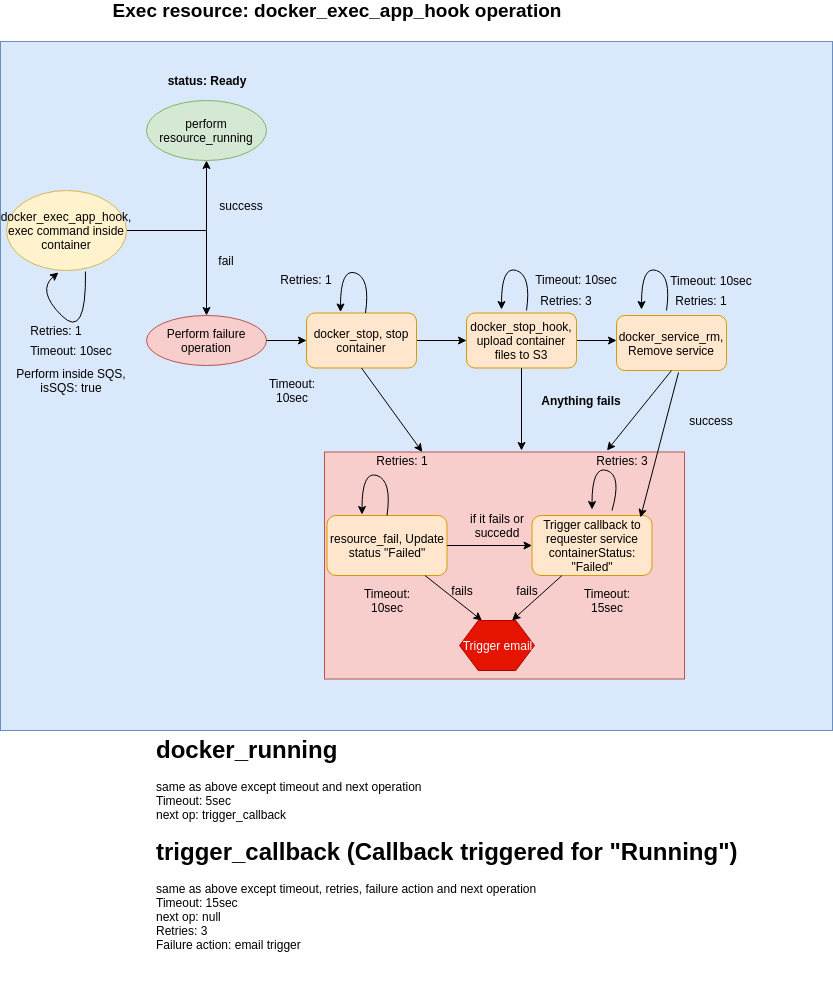
Above: exec_resource_from_sqs.png in prodipta/blueshift-resouce (draw.io), before the change. Source tidied: cells renumbered, new cells last; positions are measured from the earlier drawing's top-left corner, leaving out a move shared by most shapes.
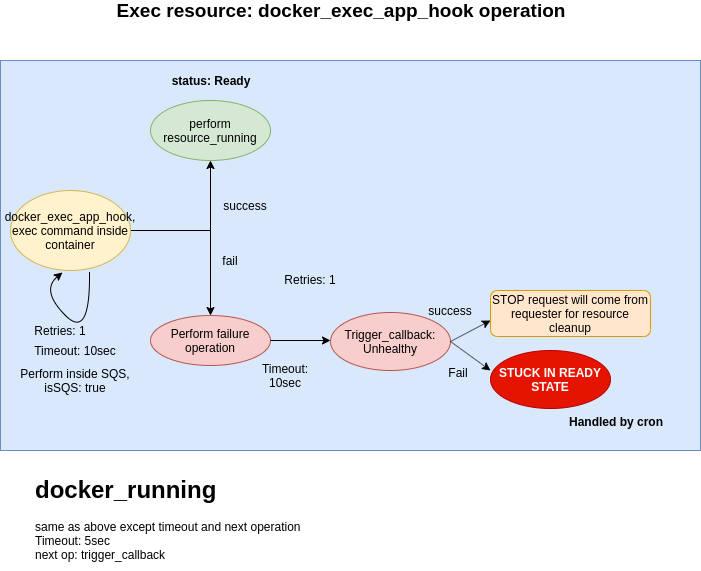
The same file after the commit.

Diff of the diagram source:
```diff
@@ -3,11 +3,8 @@
     <mxCell id="0" />
     <mxCell id="1" parent="0" />
     <mxCell id="2" style="rounded=0;whiteSpace=wrap;html=1;fillColor=#dae8fc;strokeColor=#6c8ebf;" parent="1" vertex="1">
-      <mxGeometry y="41" width="832" height="689" as="geometry" />
+      <mxGeometry x="-4" y="60" width="700" height="390" as="geometry" />
     </mxCell>
-    <mxCell id="3" style="rounded=0;whiteSpace=wrap;html=1;fontSize=12;fillColor=#f8cecc;strokeColor=#b85450;" parent="1" vertex="1">
-      <mxGeometry x="324" y="451.5" width="360" height="227" as="geometry" />
-    </mxCell>
     <mxCell id="4" style="edgeStyle=orthogonalEdgeStyle;rounded=0;jettySize=auto;html=1;" parent="1" edge="1" source="5">
       <mxGeometry relative="1" as="geometry">
         <mxPoint x="206" y="160" as="targetPoint" />
@@ -53,8 +50,10 @@
     <mxCell id="14" value="Perform inside SQS, isSQS: true" style="text;html=1;strokeColor=none;fillColor=none;align=center;verticalAlign=middle;whiteSpace=wrap;rounded=0;" parent="1" vertex="1">
       <mxGeometry x="6" y="370" width="130" height="20" as="geometry" />
     </mxCell>
-    <mxCell id="15" style="endArrow=classic;html=1;exitX=1;exitY=0.5;exitDx=0;exitDy=0;entryX=0;entryY=0.5;entryDx=0;entryDy=0;" parent="1" edge="1" source="10" target="34">
-      <mxGeometry relative="1" as="geometry" />
+    <mxCell id="15" style="endArrow=classic;html=1;exitX=1;exitY=0.5;exitDx=0;exitDy=0;" parent="1" edge="1" source="10">
+      <mxGeometry relative="1" as="geometry">
+        <mxPoint x="326" y="340" as="targetPoint" />
+      </mxGeometry>
     </mxCell>
     <mxCell id="16" value="Exec resource: docker_exec_app_hook operation" style="text;html=1;strokeColor=none;fillColor=none;align=center;verticalAlign=middle;whiteSpace=wrap;rounded=0;fontStyle=1;fontSize=19;" parent="1" vertex="1">
       <mxGeometry x="16" width="640" height="20" as="geometry" />
@@ -62,159 +61,42 @@
     <mxCell id="17" value="status: Ready" style="text;html=1;strokeColor=none;fillColor=none;align=center;verticalAlign=middle;whiteSpace=wrap;rounded=0;fontSize=12;fontStyle=1;" parent="1" vertex="1">
       <mxGeometry x="146" y="70" width="120" height="20" as="geometry" />
     </mxCell>
-    <mxCell id="18" value="resource_fail, Update status &quot;Failed&quot;" style="rounded=1;whiteSpace=wrap;html=1;fillColor=#ffe6cc;strokeColor=#d79b00;" parent="1" vertex="1">
-      <mxGeometry x="326.5" y="515" width="120" height="60" as="geometry" />
-    </mxCell>
-    <mxCell id="19" value="Timeout: 10sec" style="text;html=1;strokeColor=none;fillColor=none;align=center;verticalAlign=middle;whiteSpace=wrap;rounded=0;" parent="1" vertex="1">
-      <mxGeometry x="351.5" y="590" width="70" height="20" as="geometry" />
-    </mxCell>
-    <mxCell id="20" style="curved=1;endArrow=classic;html=1;exitX=0.5;exitY=0;exitDx=0;exitDy=0;" parent="1" edge="1" source="18">
-      <mxGeometry relative="1" as="geometry">
-        <mxPoint x="361.5" y="514" as="targetPoint" />
-        <Array as="points">
-          <mxPoint x="391.5" y="480" />
-          <mxPoint x="361.5" y="470" />
-        </Array>
-      </mxGeometry>
-    </mxCell>
-    <mxCell id="21" value="Retries: 1" style="text;html=1;strokeColor=none;fillColor=none;align=center;verticalAlign=middle;whiteSpace=wrap;rounded=0;" parent="1" vertex="1">
-      <mxGeometry x="371.5" y="450" width="60" height="20" as="geometry" />
-    </mxCell>
-    <mxCell id="22" style="endArrow=classic;html=1;exitX=1;exitY=0.5;exitDx=0;exitDy=0;" parent="1" edge="1" source="18">
-      <mxGeometry relative="1" as="geometry">
-        <mxPoint x="531.5" y="545" as="targetPoint" />
-      </mxGeometry>
-    </mxCell>
-    <mxCell id="23" value="if it fails or succedd" style="text;html=1;strokeColor=none;fillColor=none;align=center;verticalAlign=middle;whiteSpace=wrap;rounded=0;" parent="1" vertex="1">
-      <mxGeometry x="451.5" y="515" width="90" height="20" as="geometry" />
-    </mxCell>
-    <mxCell id="24" value="Trigger callback to requester service&lt;br&gt;containerStatus: &quot;Failed&quot;" style="rounded=1;whiteSpace=wrap;html=1;fillColor=#ffe6cc;strokeColor=#d79b00;" parent="1" vertex="1">
-      <mxGeometry x="531.5" y="515" width="120" height="60" as="geometry" />
-    </mxCell>
-    <mxCell id="25" style="curved=1;endArrow=classic;html=1;exitX=0.5;exitY=0;exitDx=0;exitDy=0;" parent="1" edge="1">
-      <mxGeometry relative="1" as="geometry">
-        <mxPoint x="611.5" y="510" as="sourcePoint" />
-        <mxPoint x="591.5" y="509" as="targetPoint" />
-        <Array as="points">
-          <mxPoint x="621.5" y="475" />
-          <mxPoint x="591.5" y="465" />
-        </Array>
-      </mxGeometry>
-    </mxCell>
-    <mxCell id="26" value="Retries: 3" style="text;html=1;strokeColor=none;fillColor=none;align=center;verticalAlign=middle;whiteSpace=wrap;rounded=0;" parent="1" vertex="1">
-      <mxGeometry x="591.5" y="450" width="60" height="20" as="geometry" />
-    </mxCell>
-    <mxCell id="27" value="Timeout: 15sec" style="text;html=1;strokeColor=none;fillColor=none;align=center;verticalAlign=middle;whiteSpace=wrap;rounded=0;" parent="1" vertex="1">
-      <mxGeometry x="571.5" y="590" width="70" height="20" as="geometry" />
-    </mxCell>
-    <mxCell id="28" style="endArrow=classic;html=1;" parent="1" edge="1" source="18">
-      <mxGeometry relative="1" as="geometry">
-        <mxPoint x="481.5" y="620" as="targetPoint" />
-      </mxGeometry>
-    </mxCell>
-    <mxCell id="29" style="endArrow=classic;html=1;exitX=0.25;exitY=1;exitDx=0;exitDy=0;" parent="1" edge="1" source="24">
-      <mxGeometry relative="1" as="geometry">
-        <mxPoint x="511.5" y="620" as="targetPoint" />
-      </mxGeometry>
-    </mxCell>
-    <mxCell id="30" value="Trigger email" style="shape=hexagon;perimeter=hexagonPerimeter2;whiteSpace=wrap;html=1;fillColor=#e51400;strokeColor=#B20000;fontColor=#ffffff;" parent="1" vertex="1">
-      <mxGeometry x="459" y="620" width="75" height="50" as="geometry" />
-    </mxCell>
-    <mxCell id="31" value="fails" style="text;html=1;strokeColor=none;fillColor=none;align=center;verticalAlign=middle;whiteSpace=wrap;rounded=0;" parent="1" vertex="1">
-      <mxGeometry x="441.5" y="580" width="40" height="20" as="geometry" />
-    </mxCell>
-    <mxCell id="32" value="fails" style="text;html=1;strokeColor=none;fillColor=none;align=center;verticalAlign=middle;whiteSpace=wrap;rounded=0;" parent="1" vertex="1">
-      <mxGeometry x="506.5" y="580" width="40" height="20" as="geometry" />
-    </mxCell>
-    <mxCell id="33" style="edgeStyle=orthogonalEdgeStyle;rounded=0;jettySize=auto;html=1;fontSize=12;" parent="1" edge="1" source="34">
-      <mxGeometry relative="1" as="geometry">
-        <mxPoint x="466" y="340" as="targetPoint" />
-      </mxGeometry>
-    </mxCell>
-    <mxCell id="34" value="docker_stop, stop container" style="rounded=1;whiteSpace=wrap;html=1;fontSize=12;fillColor=#ffe6cc;strokeColor=#d79b00;" parent="1" vertex="1">
-      <mxGeometry x="306" y="312.5" width="110" height="55" as="geometry" />
-    </mxCell>
-    <mxCell id="35" style="edgeStyle=orthogonalEdgeStyle;rounded=0;jettySize=auto;html=1;fontSize=12;" parent="1" edge="1" source="36">
-      <mxGeometry relative="1" as="geometry">
-        <mxPoint x="616" y="340" as="targetPoint" />
-      </mxGeometry>
-    </mxCell>
-    <mxCell id="36" value="docker_stop_hook, upload container files to S3" style="rounded=1;whiteSpace=wrap;html=1;fontSize=12;fillColor=#ffe6cc;strokeColor=#d79b00;" parent="1" vertex="1">
-      <mxGeometry x="466" y="312.5" width="110" height="55" as="geometry" />
-    </mxCell>
-    <mxCell id="37" value="docker_service_rm, Remove service" style="rounded=1;whiteSpace=wrap;html=1;fontSize=12;fillColor=#ffe6cc;strokeColor=#d79b00;" parent="1" vertex="1">
-      <mxGeometry x="616" y="315" width="110" height="55" as="geometry" />
-    </mxCell>
-    <mxCell id="38" style="curved=1;endArrow=classic;html=1;exitX=0.5;exitY=0;exitDx=0;exitDy=0;" parent="1" edge="1">
-      <mxGeometry relative="1" as="geometry">
-        <mxPoint x="365" y="312.5" as="sourcePoint" />
-        <mxPoint x="340" y="311.5" as="targetPoint" />
-        <Array as="points">
-          <mxPoint x="370" y="277.5" />
-          <mxPoint x="340" y="267.5" />
-        </Array>
-      </mxGeometry>
-    </mxCell>
     <mxCell id="39" value="Retries: 1" style="text;html=1;strokeColor=none;fillColor=none;align=center;verticalAlign=middle;whiteSpace=wrap;rounded=0;" parent="1" vertex="1">
       <mxGeometry x="276" y="268.5" width="60" height="20" as="geometry" />
     </mxCell>
     <mxCell id="40" value="Timeout: 10sec" style="text;html=1;strokeColor=none;fillColor=none;align=center;verticalAlign=middle;whiteSpace=wrap;rounded=0;" parent="1" vertex="1">
-      <mxGeometry x="256.5" y="380" width="70" height="20" as="geometry" />
+      <mxGeometry x="246" y="365" width="70" height="20" as="geometry" />
     </mxCell>
-    <mxCell id="41" style="curved=1;endArrow=classic;html=1;exitX=0.5;exitY=0;exitDx=0;exitDy=0;" parent="1" edge="1">
-      <mxGeometry relative="1" as="geometry">
-        <mxPoint x="526" y="310" as="sourcePoint" />
-        <mxPoint x="501" y="309" as="targetPoint" />
-        <Array as="points">
-          <mxPoint x="531" y="275" />
-          <mxPoint x="501" y="265" />
-        </Array>
-      </mxGeometry>
-    </mxCell>
-    <mxCell id="42" style="curved=1;endArrow=classic;html=1;exitX=0.5;exitY=0;exitDx=0;exitDy=0;" parent="1" edge="1">
-      <mxGeometry relative="1" as="geometry">
-        <mxPoint x="666" y="310" as="sourcePoint" />
-        <mxPoint x="641" y="309" as="targetPoint" />
-        <Array as="points">
-          <mxPoint x="671" y="275" />
-          <mxPoint x="641" y="265" />
-        </Array>
-      </mxGeometry>
-    </mxCell>
-    <mxCell id="43" value="Retries: 3" style="text;html=1;strokeColor=none;fillColor=none;align=center;verticalAlign=middle;whiteSpace=wrap;rounded=0;" parent="1" vertex="1">
-      <mxGeometry x="536" y="290" width="60" height="20" as="geometry" />
-    </mxCell>
-    <mxCell id="44" value="Retries: 1" style="text;html=1;strokeColor=none;fillColor=none;align=center;verticalAlign=middle;whiteSpace=wrap;rounded=0;" parent="1" vertex="1">
-      <mxGeometry x="671" y="290" width="60" height="20" as="geometry" />
-    </mxCell>
-    <mxCell id="45" style="endArrow=classic;html=1;fontSize=12;exitX=0.5;exitY=1;exitDx=0;exitDy=0;" parent="1" edge="1" source="34" target="3">
-      <mxGeometry relative="1" as="geometry" />
-    </mxCell>
-    <mxCell id="46" style="endArrow=classic;html=1;fontSize=12;exitX=0.5;exitY=1;exitDx=0;exitDy=0;" parent="1" edge="1" source="36">
-      <mxGeometry relative="1" as="geometry">
-        <mxPoint x="521" y="450" as="targetPoint" />
-      </mxGeometry>
-    </mxCell>
-    <mxCell id="47" style="endArrow=classic;html=1;fontSize=12;exitX=0.5;exitY=1;exitDx=0;exitDy=0;entryX=0.25;entryY=0;entryDx=0;entryDy=0;" parent="1" edge="1" source="37" target="26">
-      <mxGeometry relative="1" as="geometry" />
-    </mxCell>
-    <mxCell id="48" value="Anything fails" style="text;html=1;strokeColor=none;fillColor=none;align=center;verticalAlign=middle;whiteSpace=wrap;rounded=0;fontSize=12;fontStyle=1;" parent="1" vertex="1">
-      <mxGeometry x="536" y="390" width="90" height="20" as="geometry" />
-    </mxCell>
-    <mxCell id="49" value="Timeout: 10sec" style="text;html=1;strokeColor=none;fillColor=none;align=center;verticalAlign=middle;whiteSpace=wrap;rounded=0;" parent="1" vertex="1">
-      <mxGeometry x="531" y="268.5" width="90" height="20" as="geometry" />
-    </mxCell>
-    <mxCell id="50" value="Timeout: 10sec" style="text;html=1;strokeColor=none;fillColor=none;align=center;verticalAlign=middle;whiteSpace=wrap;rounded=0;" parent="1" vertex="1">
-      <mxGeometry x="666" y="270" width="90" height="20" as="geometry" />
-    </mxCell>
-    <mxCell id="51" value="&lt;h1&gt;docker_running&lt;/h1&gt;&lt;div&gt;same as above except timeout and next operation&lt;/div&gt;&lt;div&gt;Timeout: 5sec&lt;/div&gt;&lt;div&gt;next op:&amp;nbsp;trigger_callback&lt;/div&gt;&lt;div&gt;&lt;h1&gt;trigger_callback (Callback triggered for &quot;Running&quot;)&lt;/h1&gt;&lt;div&gt;same as above except timeout, retries, failure action and next operation&lt;/div&gt;&lt;div&gt;Timeout: 15sec&lt;/div&gt;&lt;div&gt;next op:&amp;nbsp;null&lt;/div&gt;&lt;/div&gt;&lt;div&gt;Retries: 3&lt;/div&gt;&lt;div&gt;Failure action: email trigger&lt;/div&gt;" style="text;html=1;strokeColor=none;fillColor=none;spacing=5;spacingTop=-20;whiteSpace=wrap;overflow=hidden;rounded=0;fontSize=12;" parent="1" vertex="1">
-      <mxGeometry x="151" y="730" width="605" height="260" as="geometry" />
+    <mxCell id="51" value="&lt;h1&gt;docker_running&lt;/h1&gt;&lt;div&gt;same as above except timeout and next operation&lt;/div&gt;&lt;div&gt;Timeout: 5sec&lt;/div&gt;&lt;div&gt;next op:&amp;nbsp;trigger_callback&lt;/div&gt;" style="text;html=1;strokeColor=none;fillColor=none;spacing=5;spacingTop=-20;whiteSpace=wrap;overflow=hidden;rounded=0;fontSize=12;" parent="1" vertex="1">
+      <mxGeometry x="26" y="470" width="560" height="100" as="geometry" />
     </mxCell>
-    <mxCell id="52" style="endArrow=classic;html=1;exitX=0.564;exitY=1.036;exitDx=0;exitDy=0;exitPerimeter=0;entryX=0.904;entryY=0.033;entryDx=0;entryDy=0;entryPerimeter=0;" parent="1" edge="1" source="37" target="24">
-      <mxGeometry relative="1" as="geometry" />
-    </mxCell>
+    <mxCell id="54" value="Trigger_callback: Unhealthy" style="ellipse;whiteSpace=wrap;html=1;fillColor=#f8cecc;strokeColor=#b85450;" parent="1" vertex="1">
+      <mxGeometry x="326" y="312" width="120" height="58" as="geometry" />
+    </mxCell>
+    <mxCell id="55" style="endArrow=classic;html=1;exitX=1;exitY=0.5;exitDx=0;exitDy=0;" parent="1" edge="1" source="54">
+      <mxGeometry relative="1" as="geometry">
+        <mxPoint x="486" y="320" as="targetPoint" />
+      </mxGeometry>
+    </mxCell>
+    <mxCell id="56" style="endArrow=classic;html=1;exitX=1;exitY=0.5;exitDx=0;exitDy=0;" parent="1" edge="1" source="54">
+      <mxGeometry relative="1" as="geometry">
+        <mxPoint x="486" y="370" as="targetPoint" />
+      </mxGeometry>
+    </mxCell>
     <mxCell id="53" value="success" style="text;html=1;strokeColor=none;fillColor=none;align=center;verticalAlign=middle;whiteSpace=wrap;rounded=0;" parent="1" vertex="1">
-      <mxGeometry x="676" y="410" width="70" height="20" as="geometry" />
+      <mxGeometry x="426" y="300" width="40" height="20" as="geometry" />
     </mxCell>
+    <mxCell id="57" value="Fail" style="text;html=1;strokeColor=none;fillColor=none;align=center;verticalAlign=middle;whiteSpace=wrap;rounded=0;" parent="1" vertex="1">
+      <mxGeometry x="433.5" y="361.5" width="40" height="20" as="geometry" />
+    </mxCell>
+    <mxCell id="58" value="STOP request will come from requester for resource cleanup" style="rounded=1;whiteSpace=wrap;html=1;fillColor=#ffe6cc;strokeColor=#d79b00;" parent="1" vertex="1">
+      <mxGeometry x="486" y="290" width="160" height="46" as="geometry" />
+    </mxCell>
+    <mxCell id="59" value="STUCK IN READY STATE" style="ellipse;whiteSpace=wrap;html=1;fillColor=#e51400;strokeColor=#B20000;fontColor=#ffffff;fontStyle=1;" parent="1" vertex="1">
+      <mxGeometry x="486" y="350" width="120" height="58" as="geometry" />
+    </mxCell>
+    <mxCell id="60" value="Handled by cron" style="text;html=1;strokeColor=none;fillColor=none;align=center;verticalAlign=middle;whiteSpace=wrap;rounded=0;fontStyle=1;" parent="1" vertex="1">
+      <mxGeometry x="556" y="410" width="110" height="22" as="geometry" />
+    </mxCell>
   </root>
 </mxGraphModel>
```
